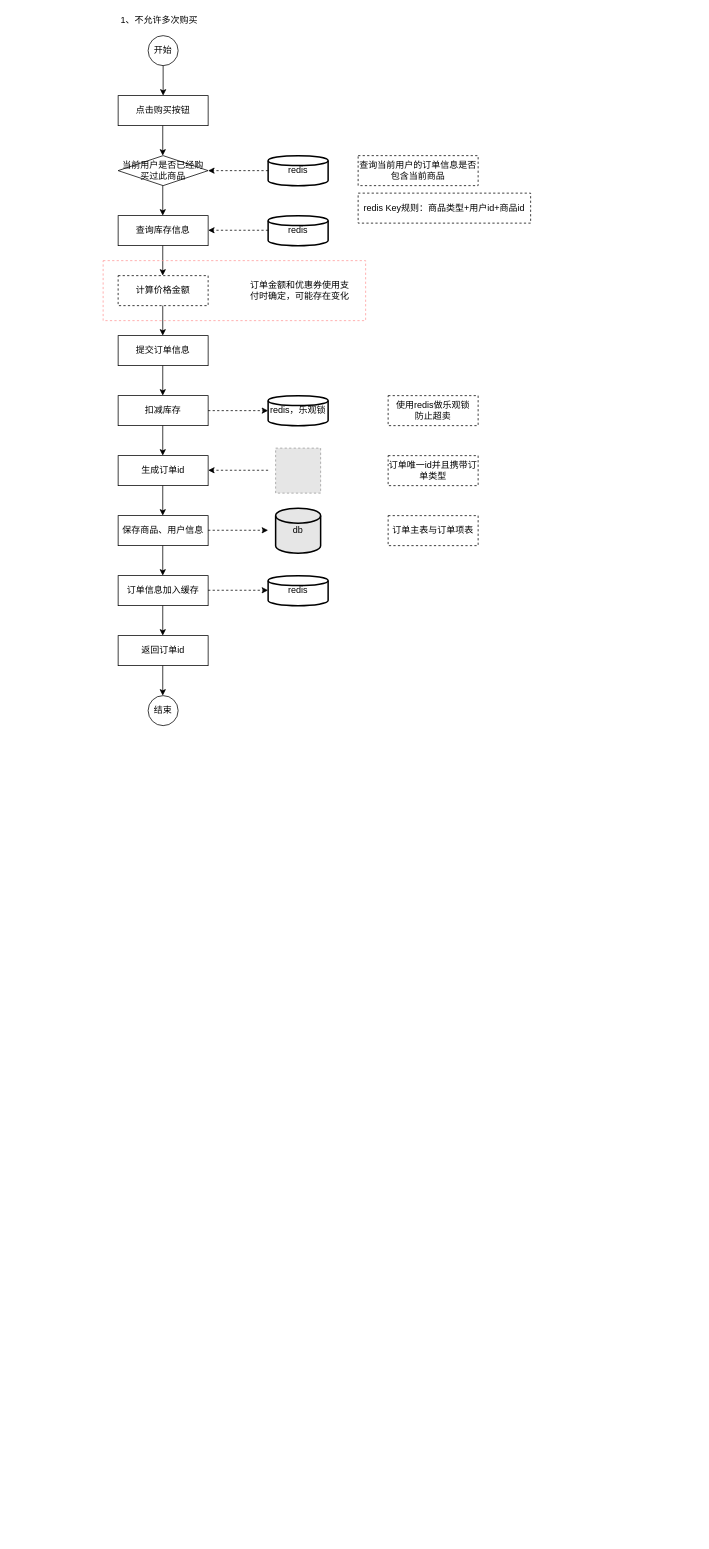
Earlier version of the draw.io diagram 订单实现技术方案.drawio (chenrushui/draw). Source tidied: cells renumbered, new cells numbered last; positions are measured from the earlier drawing's top-left corner, leaving out a move shared by most shapes. Both pictures are drawn from the tidied source at 75%, with x=0, y=0 at pixel (103, 13). Pictures stored in the file or linked from it are replaced by grey dashed boxes.
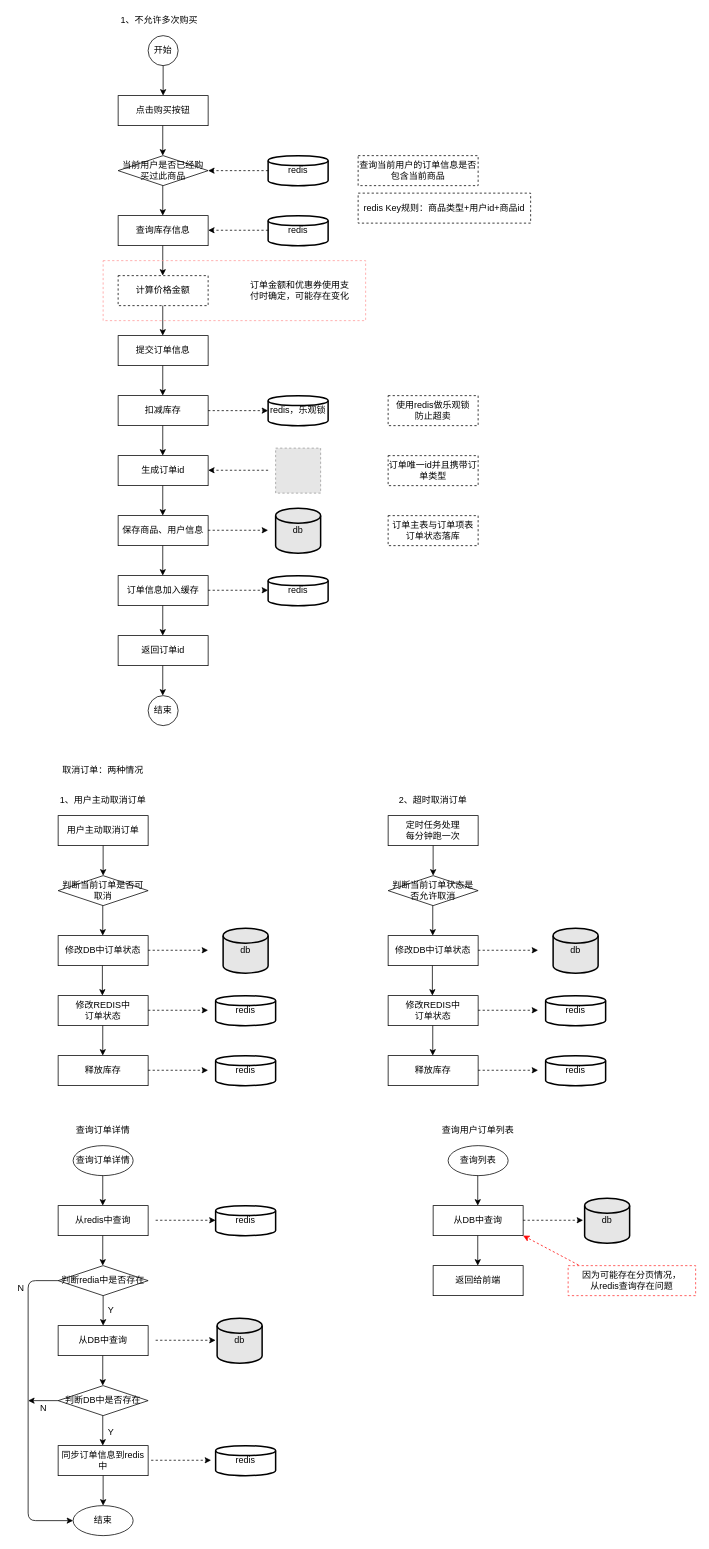
Above is the later version.

Commit message (it also covers changes not shown here):
订单实现技术方案.drawio

Diff of the diagram source:
```diff
@@
-    <mxCell id="40" value="订单主表与订单项表" style="rounded=0;whiteSpace=wrap;html=1;fillColor=none;dashed=1;" parent="1" vertex="1">
+    <mxCell id="40" value="订单主表与订单项表&lt;br&gt;订单状态落库" style="rounded=0;whiteSpace=wrap;html=1;fillColor=none;dashed=1;" parent="1" vertex="1">
       <mxGeometry x="380" y="670" width="120" height="40" as="geometry" />
     </mxCell>
@@
+    <mxCell id="45" value="取消订单：两种情况" style="text;html=1;strokeColor=none;fillColor=none;align=center;verticalAlign=middle;whiteSpace=wrap;rounded=0;dashed=1;" parent="1" vertex="1">
+      <mxGeometry x="-60" y="1000" width="120" height="20" as="geometry" />
+    </mxCell>
+    <mxCell id="46" value="1、用户主动取消订单" style="text;html=1;strokeColor=none;fillColor=none;align=center;verticalAlign=middle;whiteSpace=wrap;rounded=0;dashed=1;" parent="1" vertex="1">
+      <mxGeometry x="-60" y="1040" width="120" height="20" as="geometry" />
+    </mxCell>
+    <mxCell id="47" value="用户主动取消订单" style="rounded=0;whiteSpace=wrap;html=1;strokeColor=#000000;fillColor=none;" parent="1" vertex="1">
+      <mxGeometry x="-60" y="1070" width="120" height="40" as="geometry" />
+    </mxCell>
+    <mxCell id="48" value="修改DB中订单状态" style="rounded=0;whiteSpace=wrap;html=1;strokeColor=#000000;fillColor=none;" parent="1" vertex="1">
+      <mxGeometry x="-60" y="1230" width="120" height="40" as="geometry" />
+    </mxCell>
+    <mxCell id="49" value="修改REDIS中&lt;br&gt;订单状态" style="rounded=0;whiteSpace=wrap;html=1;strokeColor=#000000;fillColor=none;" parent="1" vertex="1">
+      <mxGeometry x="-60" y="1310" width="120" height="40" as="geometry" />
+    </mxCell>
+    <mxCell id="50" value="db" style="strokeWidth=2;html=1;shape=mxgraph.flowchart.database;whiteSpace=wrap;fillColor=#E6E6E6;" parent="1" vertex="1">
+      <mxGeometry x="160" y="1220" width="60" height="60" as="geometry" />
+    </mxCell>
+    <mxCell id="51" style="endArrow=classic;html=1;dashed=1;exitX=1;exitY=0.5;exitDx=0;exitDy=0;entryX=0;entryY=0.5;entryDx=0;entryDy=0;entryPerimeter=0;" parent="1" edge="1">
+      <mxGeometry relative="1" as="geometry">
+        <mxPoint x="60" y="1249.5" as="sourcePoint" />
+        <mxPoint x="140" y="1249.5" as="targetPoint" />
+      </mxGeometry>
+    </mxCell>
+    <mxCell id="52" style="endArrow=classic;html=1;dashed=1;exitX=1;exitY=0.5;exitDx=0;exitDy=0;entryX=0;entryY=0.5;entryDx=0;entryDy=0;entryPerimeter=0;" parent="1" edge="1">
+      <mxGeometry relative="1" as="geometry">
+        <mxPoint x="60" y="1329.5" as="sourcePoint" />
+        <mxPoint x="140" y="1329.5" as="targetPoint" />
+      </mxGeometry>
+    </mxCell>
+    <mxCell id="53" value="redis" style="strokeWidth=2;html=1;shape=mxgraph.flowchart.database;whiteSpace=wrap;" parent="1" vertex="1">
+      <mxGeometry x="150" y="1310" width="80" height="40" as="geometry" />
+    </mxCell>
+    <mxCell id="54" value="判断当前订单是否可取消" style="rhombus;whiteSpace=wrap;html=1;strokeColor=#000000;fillColor=none;" parent="1" vertex="1">
+      <mxGeometry x="-60" y="1150" width="120" height="40" as="geometry" />
+    </mxCell>
+    <mxCell id="55" style="endArrow=classic;html=1;exitX=0.5;exitY=1;exitDx=0;exitDy=0;entryX=0.5;entryY=0;entryDx=0;entryDy=0;" parent="1" edge="1" source="47" target="54">
+      <mxGeometry relative="1" as="geometry" />
+    </mxCell>
+    <mxCell id="56" style="endArrow=classic;html=1;exitX=0.5;exitY=1;exitDx=0;exitDy=0;entryX=0.5;entryY=0;entryDx=0;entryDy=0;" parent="1" edge="1">
+      <mxGeometry relative="1" as="geometry">
+        <mxPoint x="-0.5" y="1190" as="sourcePoint" />
+        <mxPoint x="-0.5" y="1230" as="targetPoint" />
+      </mxGeometry>
+    </mxCell>
+    <mxCell id="57" style="endArrow=classic;html=1;exitX=0.5;exitY=1;exitDx=0;exitDy=0;entryX=0.5;entryY=0;entryDx=0;entryDy=0;" parent="1" edge="1">
+      <mxGeometry relative="1" as="geometry">
+        <mxPoint x="-1" y="1270" as="sourcePoint" />
+        <mxPoint x="-1" y="1310" as="targetPoint" />
+      </mxGeometry>
+    </mxCell>
+    <mxCell id="58" value="2、超时取消订单" style="text;html=1;strokeColor=none;fillColor=none;align=center;verticalAlign=middle;whiteSpace=wrap;rounded=0;dashed=1;" parent="1" vertex="1">
+      <mxGeometry x="380" y="1040" width="120" height="20" as="geometry" />
+    </mxCell>
+    <mxCell id="59" value="定时任务处理&lt;br&gt;每分钟跑一次" style="rounded=0;whiteSpace=wrap;html=1;strokeColor=#000000;fillColor=none;" parent="1" vertex="1">
+      <mxGeometry x="380" y="1070" width="120" height="40" as="geometry" />
+    </mxCell>
+    <mxCell id="60" value="修改DB中订单状态" style="rounded=0;whiteSpace=wrap;html=1;strokeColor=#000000;fillColor=none;" parent="1" vertex="1">
+      <mxGeometry x="380" y="1230" width="120" height="40" as="geometry" />
+    </mxCell>
+    <mxCell id="61" value="修改REDIS中&lt;br&gt;订单状态" style="rounded=0;whiteSpace=wrap;html=1;strokeColor=#000000;fillColor=none;" parent="1" vertex="1">
+      <mxGeometry x="380" y="1310" width="120" height="40" as="geometry" />
+    </mxCell>
+    <mxCell id="62" value="db" style="strokeWidth=2;html=1;shape=mxgraph.flowchart.database;whiteSpace=wrap;fillColor=#E6E6E6;" parent="1" vertex="1">
+      <mxGeometry x="600" y="1220" width="60" height="60" as="geometry" />
+    </mxCell>
+    <mxCell id="63" style="endArrow=classic;html=1;dashed=1;exitX=1;exitY=0.5;exitDx=0;exitDy=0;entryX=0;entryY=0.5;entryDx=0;entryDy=0;entryPerimeter=0;" parent="1" edge="1">
+      <mxGeometry relative="1" as="geometry">
+        <mxPoint x="500" y="1249.5" as="sourcePoint" />
+        <mxPoint x="580" y="1249.5" as="targetPoint" />
+      </mxGeometry>
+    </mxCell>
+    <mxCell id="64" style="endArrow=classic;html=1;dashed=1;exitX=1;exitY=0.5;exitDx=0;exitDy=0;entryX=0;entryY=0.5;entryDx=0;entryDy=0;entryPerimeter=0;" parent="1" edge="1">
+      <mxGeometry relative="1" as="geometry">
+        <mxPoint x="500" y="1329.5" as="sourcePoint" />
+        <mxPoint x="580" y="1329.5" as="targetPoint" />
+      </mxGeometry>
+    </mxCell>
+    <mxCell id="65" value="redis" style="strokeWidth=2;html=1;shape=mxgraph.flowchart.database;whiteSpace=wrap;" parent="1" vertex="1">
+      <mxGeometry x="590" y="1310" width="80" height="40" as="geometry" />
+    </mxCell>
+    <mxCell id="66" value="判断当前订单状态是否允许取消" style="rhombus;whiteSpace=wrap;html=1;strokeColor=#000000;fillColor=none;" parent="1" vertex="1">
+      <mxGeometry x="380" y="1150" width="120" height="40" as="geometry" />
+    </mxCell>
+    <mxCell id="67" style="endArrow=classic;html=1;exitX=0.5;exitY=1;exitDx=0;exitDy=0;entryX=0.5;entryY=0;entryDx=0;entryDy=0;" parent="1" edge="1" source="59" target="66">
+      <mxGeometry relative="1" as="geometry" />
+    </mxCell>
+    <mxCell id="68" style="endArrow=classic;html=1;exitX=0.5;exitY=1;exitDx=0;exitDy=0;entryX=0.5;entryY=0;entryDx=0;entryDy=0;" parent="1" edge="1">
+      <mxGeometry relative="1" as="geometry">
+        <mxPoint x="439.5" y="1190" as="sourcePoint" />
+        <mxPoint x="439.5" y="1230" as="targetPoint" />
+      </mxGeometry>
+    </mxCell>
+    <mxCell id="69" style="endArrow=classic;html=1;exitX=0.5;exitY=1;exitDx=0;exitDy=0;entryX=0.5;entryY=0;entryDx=0;entryDy=0;" parent="1" edge="1">
+      <mxGeometry relative="1" as="geometry">
+        <mxPoint x="439" y="1270" as="sourcePoint" />
+        <mxPoint x="439" y="1310" as="targetPoint" />
+      </mxGeometry>
+    </mxCell>
+    <mxCell id="70" value="释放库存" style="rounded=0;whiteSpace=wrap;html=1;strokeColor=#000000;fillColor=none;" parent="1" vertex="1">
+      <mxGeometry x="-60" y="1390" width="120" height="40" as="geometry" />
+    </mxCell>
+    <mxCell id="71" style="endArrow=classic;html=1;dashed=1;exitX=1;exitY=0.5;exitDx=0;exitDy=0;entryX=0;entryY=0.5;entryDx=0;entryDy=0;entryPerimeter=0;" parent="1" edge="1">
+      <mxGeometry relative="1" as="geometry">
+        <mxPoint x="60" y="1409.5" as="sourcePoint" />
+        <mxPoint x="140" y="1409.5" as="targetPoint" />
+      </mxGeometry>
+    </mxCell>
+    <mxCell id="72" value="redis" style="strokeWidth=2;html=1;shape=mxgraph.flowchart.database;whiteSpace=wrap;" parent="1" vertex="1">
+      <mxGeometry x="150" y="1390" width="80" height="40" as="geometry" />
+    </mxCell>
+    <mxCell id="73" style="endArrow=classic;html=1;exitX=0.5;exitY=1;exitDx=0;exitDy=0;entryX=0.5;entryY=0;entryDx=0;entryDy=0;" parent="1" edge="1">
+      <mxGeometry relative="1" as="geometry">
+        <mxPoint x="-0.5" y="1350" as="sourcePoint" />
+        <mxPoint x="-0.5" y="1390" as="targetPoint" />
+      </mxGeometry>
+    </mxCell>
+    <mxCell id="74" value="释放库存" style="rounded=0;whiteSpace=wrap;html=1;strokeColor=#000000;fillColor=none;" parent="1" vertex="1">
+      <mxGeometry x="380" y="1390" width="120" height="40" as="geometry" />
+    </mxCell>
+    <mxCell id="75" style="endArrow=classic;html=1;dashed=1;exitX=1;exitY=0.5;exitDx=0;exitDy=0;entryX=0;entryY=0.5;entryDx=0;entryDy=0;entryPerimeter=0;" parent="1" edge="1">
+      <mxGeometry relative="1" as="geometry">
+        <mxPoint x="500" y="1409.5" as="sourcePoint" />
+        <mxPoint x="580" y="1409.5" as="targetPoint" />
+      </mxGeometry>
+    </mxCell>
+    <mxCell id="76" value="redis" style="strokeWidth=2;html=1;shape=mxgraph.flowchart.database;whiteSpace=wrap;" parent="1" vertex="1">
+      <mxGeometry x="590" y="1390" width="80" height="40" as="geometry" />
+    </mxCell>
+    <mxCell id="77" style="endArrow=classic;html=1;exitX=0.5;exitY=1;exitDx=0;exitDy=0;entryX=0.5;entryY=0;entryDx=0;entryDy=0;" parent="1" edge="1">
+      <mxGeometry relative="1" as="geometry">
+        <mxPoint x="439.5" y="1350" as="sourcePoint" />
+        <mxPoint x="439.5" y="1390" as="targetPoint" />
+      </mxGeometry>
+    </mxCell>
+    <mxCell id="78" value="查询订单详情" style="text;html=1;strokeColor=none;fillColor=none;align=center;verticalAlign=middle;whiteSpace=wrap;rounded=0;dashed=1;" parent="1" vertex="1">
+      <mxGeometry x="-60" y="1480" width="120" height="20" as="geometry" />
+    </mxCell>
+    <mxCell id="79" value="查询订单详情" style="ellipse;whiteSpace=wrap;html=1;strokeColor=#000000;fillColor=none;" parent="1" vertex="1">
+      <mxGeometry x="-40" y="1510" width="80" height="40" as="geometry" />
+    </mxCell>
+    <mxCell id="80" style="endArrow=classic;html=1;exitX=0.5;exitY=1;exitDx=0;exitDy=0;entryX=0.5;entryY=0;entryDx=0;entryDy=0;" parent="1" edge="1">
+      <mxGeometry relative="1" as="geometry">
+        <mxPoint x="-0.5" y="1550" as="sourcePoint" />
+        <mxPoint x="-0.5" y="1590" as="targetPoint" />
+      </mxGeometry>
+    </mxCell>
+    <mxCell id="81" value="从redis中查询" style="rounded=0;whiteSpace=wrap;html=1;strokeColor=#000000;fillColor=none;" parent="1" vertex="1">
+      <mxGeometry x="-60" y="1590" width="120" height="40" as="geometry" />
+    </mxCell>
+    <mxCell id="82" value="判断redia中是否存在" style="rhombus;whiteSpace=wrap;html=1;strokeColor=#000000;fillColor=none;" parent="1" vertex="1">
+      <mxGeometry x="-60" y="1670" width="120" height="40" as="geometry" />
+    </mxCell>
+    <mxCell id="83" style="endArrow=classic;html=1;dashed=1;exitX=1;exitY=0.5;exitDx=0;exitDy=0;entryX=0;entryY=0.5;entryDx=0;entryDy=0;entryPerimeter=0;" parent="1" edge="1">
+      <mxGeometry relative="1" as="geometry">
+        <mxPoint x="70" y="1609.5" as="sourcePoint" />
+        <mxPoint x="150" y="1609.5" as="targetPoint" />
+      </mxGeometry>
+    </mxCell>
+    <mxCell id="84" value="redis" style="strokeWidth=2;html=1;shape=mxgraph.flowchart.database;whiteSpace=wrap;" parent="1" vertex="1">
+      <mxGeometry x="150" y="1590" width="80" height="40" as="geometry" />
+    </mxCell>
+    <mxCell id="85" style="endArrow=classic;html=1;exitX=0.5;exitY=1;exitDx=0;exitDy=0;entryX=0.5;entryY=0;entryDx=0;entryDy=0;" parent="1" edge="1">
+      <mxGeometry relative="1" as="geometry">
+        <mxPoint x="-0.5" y="1630" as="sourcePoint" />
+        <mxPoint x="-0.5" y="1670" as="targetPoint" />
+      </mxGeometry>
+    </mxCell>
+    <mxCell id="86" value="结束" style="ellipse;whiteSpace=wrap;html=1;strokeColor=#000000;fillColor=none;" parent="1" vertex="1">
+      <mxGeometry x="-40" y="1990" width="80" height="40" as="geometry" />
+    </mxCell>
+    <mxCell id="87" value="从DB中查询" style="rounded=0;whiteSpace=wrap;html=1;strokeColor=#000000;fillColor=none;" parent="1" vertex="1">
+      <mxGeometry x="-60" y="1750" width="120" height="40" as="geometry" />
+    </mxCell>
+    <mxCell id="88" style="endArrow=classic;html=1;dashed=1;exitX=1;exitY=0.5;exitDx=0;exitDy=0;entryX=0;entryY=0.5;entryDx=0;entryDy=0;entryPerimeter=0;" parent="1" edge="1">
+      <mxGeometry relative="1" as="geometry">
+        <mxPoint x="70" y="1769.5" as="sourcePoint" />
+        <mxPoint x="150" y="1769.5" as="targetPoint" />
+      </mxGeometry>
+    </mxCell>
+    <mxCell id="89" value="db" style="strokeWidth=2;html=1;shape=mxgraph.flowchart.database;whiteSpace=wrap;fillColor=#E6E6E6;" parent="1" vertex="1">
+      <mxGeometry x="152" y="1740" width="60" height="60" as="geometry" />
+    </mxCell>
+    <mxCell id="90" style="endArrow=classic;html=1;exitX=0.5;exitY=1;exitDx=0;exitDy=0;entryX=0.5;entryY=0;entryDx=0;entryDy=0;" parent="1" edge="1">
+      <mxGeometry relative="1" as="geometry">
+        <mxPoint y="1710" as="sourcePoint" />
+        <mxPoint y="1750" as="targetPoint" />
+      </mxGeometry>
+    </mxCell>
+    <mxCell id="91" style="endArrow=classic;html=1;dashed=1;exitX=1;exitY=0.5;exitDx=0;exitDy=0;entryX=0;entryY=0.5;entryDx=0;entryDy=0;entryPerimeter=0;" parent="1" edge="1">
+      <mxGeometry relative="1" as="geometry">
+        <mxPoint x="64" y="1929.5" as="sourcePoint" />
+        <mxPoint x="144" y="1929.5" as="targetPoint" />
+      </mxGeometry>
+    </mxCell>
+    <mxCell id="92" value="redis" style="strokeWidth=2;html=1;shape=mxgraph.flowchart.database;whiteSpace=wrap;" parent="1" vertex="1">
+      <mxGeometry x="150" y="1910" width="80" height="40" as="geometry" />
+    </mxCell>
+    <mxCell id="93" style="endArrow=classic;html=1;exitX=0.5;exitY=1;exitDx=0;exitDy=0;entryX=0.5;entryY=0;entryDx=0;entryDy=0;" parent="1" edge="1">
+      <mxGeometry relative="1" as="geometry">
+        <mxPoint x="-0.5" y="1790" as="sourcePoint" />
+        <mxPoint x="-0.5" y="1830" as="targetPoint" />
+      </mxGeometry>
+    </mxCell>
+    <mxCell id="94" style="endArrow=classic;html=1;exitX=0.5;exitY=1;exitDx=0;exitDy=0;entryX=0.5;entryY=0;entryDx=0;entryDy=0;" parent="1" edge="1">
+      <mxGeometry relative="1" as="geometry">
+        <mxPoint x="-0.5" y="1870" as="sourcePoint" />
+        <mxPoint x="-0.5" y="1910" as="targetPoint" />
+      </mxGeometry>
+    </mxCell>
+    <mxCell id="95" value="判断DB中是否存在" style="rhombus;whiteSpace=wrap;html=1;strokeColor=#000000;fillColor=none;" parent="1" vertex="1">
+      <mxGeometry x="-60" y="1830" width="120" height="40" as="geometry" />
+    </mxCell>
+    <mxCell id="96" value="同步订单信息到redis中" style="rounded=0;whiteSpace=wrap;html=1;strokeColor=#000000;fillColor=none;" parent="1" vertex="1">
+      <mxGeometry x="-60" y="1910" width="120" height="40" as="geometry" />
+    </mxCell>
+    <mxCell id="97" style="endArrow=classic;html=1;exitX=0.5;exitY=1;exitDx=0;exitDy=0;entryX=0.5;entryY=0;entryDx=0;entryDy=0;" parent="1" edge="1">
+      <mxGeometry relative="1" as="geometry">
+        <mxPoint y="1950" as="sourcePoint" />
+        <mxPoint y="1990" as="targetPoint" />
+      </mxGeometry>
+    </mxCell>
+    <mxCell id="98" value="Y" style="text;html=1;align=center;verticalAlign=middle;" parent="1" vertex="1">
+      <mxGeometry y="1720" width="20" height="20" as="geometry" />
+    </mxCell>
+    <mxCell id="99" style="endArrow=classic;html=1;exitX=0;exitY=0.5;exitDx=0;exitDy=0;entryX=0;entryY=0.5;entryDx=0;entryDy=0;" parent="1" edge="1" source="82" target="86">
+      <mxGeometry relative="1" as="geometry">
+        <Array as="points">
+          <mxPoint x="-100" y="1690" />
+          <mxPoint x="-100" y="2010" />
+        </Array>
+      </mxGeometry>
+    </mxCell>
+    <mxCell id="100" value="N" style="text;html=1;align=center;verticalAlign=middle;" parent="1" vertex="1">
+      <mxGeometry x="-120" y="1690" width="20" height="20" as="geometry" />
+    </mxCell>
+    <mxCell id="101" value="Y" style="text;html=1;align=center;verticalAlign=middle;" parent="1" vertex="1">
+      <mxGeometry y="1882" width="20" height="20" as="geometry" />
+    </mxCell>
+    <mxCell id="102" style="endArrow=classic;html=1;exitX=0;exitY=0.5;exitDx=0;exitDy=0;" parent="1" edge="1" source="95">
+      <mxGeometry relative="1" as="geometry">
+        <mxPoint x="-100" y="1850" as="targetPoint" />
+      </mxGeometry>
+    </mxCell>
+    <mxCell id="103" value="N" style="text;html=1;align=center;verticalAlign=middle;" parent="1" vertex="1">
+      <mxGeometry x="-90" y="1850" width="20" height="20" as="geometry" />
+    </mxCell>
+    <mxCell id="104" value="查询用户订单列表" style="text;html=1;strokeColor=none;fillColor=none;align=center;verticalAlign=middle;whiteSpace=wrap;rounded=0;dashed=1;" parent="1" vertex="1">
+      <mxGeometry x="440" y="1480" width="120" height="20" as="geometry" />
+    </mxCell>
+    <mxCell id="105" value="查询列表" style="ellipse;whiteSpace=wrap;html=1;strokeColor=#000000;fillColor=none;" parent="1" vertex="1">
+      <mxGeometry x="460" y="1510" width="80" height="40" as="geometry" />
+    </mxCell>
+    <mxCell id="106" style="endArrow=classic;html=1;exitX=0.5;exitY=1;exitDx=0;exitDy=0;entryX=0.5;entryY=0;entryDx=0;entryDy=0;" parent="1" edge="1">
+      <mxGeometry relative="1" as="geometry">
+        <mxPoint x="499.5" y="1550" as="sourcePoint" />
+        <mxPoint x="499.5" y="1590" as="targetPoint" />
+      </mxGeometry>
+    </mxCell>
+    <mxCell id="107" value="从DB中查询" style="rounded=0;whiteSpace=wrap;html=1;strokeColor=#000000;fillColor=none;" parent="1" vertex="1">
+      <mxGeometry x="440" y="1590" width="120" height="40" as="geometry" />
+    </mxCell>
+    <mxCell id="108" style="endArrow=classic;html=1;dashed=1;exitX=1;exitY=0.5;exitDx=0;exitDy=0;entryX=0;entryY=0.5;entryDx=0;entryDy=0;entryPerimeter=0;" parent="1" edge="1">
+      <mxGeometry relative="1" as="geometry">
+        <mxPoint x="560" y="1609.5" as="sourcePoint" />
+        <mxPoint x="640" y="1609.5" as="targetPoint" />
+      </mxGeometry>
+    </mxCell>
+    <mxCell id="109" value="db" style="strokeWidth=2;html=1;shape=mxgraph.flowchart.database;whiteSpace=wrap;fillColor=#E6E6E6;" parent="1" vertex="1">
+      <mxGeometry x="642" y="1580" width="60" height="60" as="geometry" />
+    </mxCell>
+    <mxCell id="110" value="返回给前端" style="rounded=0;whiteSpace=wrap;html=1;strokeColor=#000000;fillColor=none;" parent="1" vertex="1">
+      <mxGeometry x="440" y="1670" width="120" height="40" as="geometry" />
+    </mxCell>
+    <mxCell id="111" style="endArrow=classic;html=1;exitX=0.5;exitY=1;exitDx=0;exitDy=0;entryX=0.5;entryY=0;entryDx=0;entryDy=0;" parent="1" edge="1">
+      <mxGeometry relative="1" as="geometry">
+        <mxPoint x="499.5" y="1630" as="sourcePoint" />
+        <mxPoint x="499.5" y="1670" as="targetPoint" />
+      </mxGeometry>
+    </mxCell>
+    <mxCell id="112" value="因为可能存在分页情况，&lt;br&gt;从redis查询存在问题" style="rounded=0;whiteSpace=wrap;html=1;strokeColor=#FF3333;fillColor=none;dashed=1;" parent="1" vertex="1">
+      <mxGeometry x="620" y="1670" width="170" height="40" as="geometry" />
+    </mxCell>
+    <mxCell id="113" style="endArrow=classic;html=1;entryX=1;entryY=1;entryDx=0;entryDy=0;exitX=0.082;exitY=-0.02;exitDx=0;exitDy=0;exitPerimeter=0;dashed=1;strokeColor=#FF0000;" parent="1" edge="1" source="112" target="107">
+      <mxGeometry relative="1" as="geometry" />
+    </mxCell>
```
